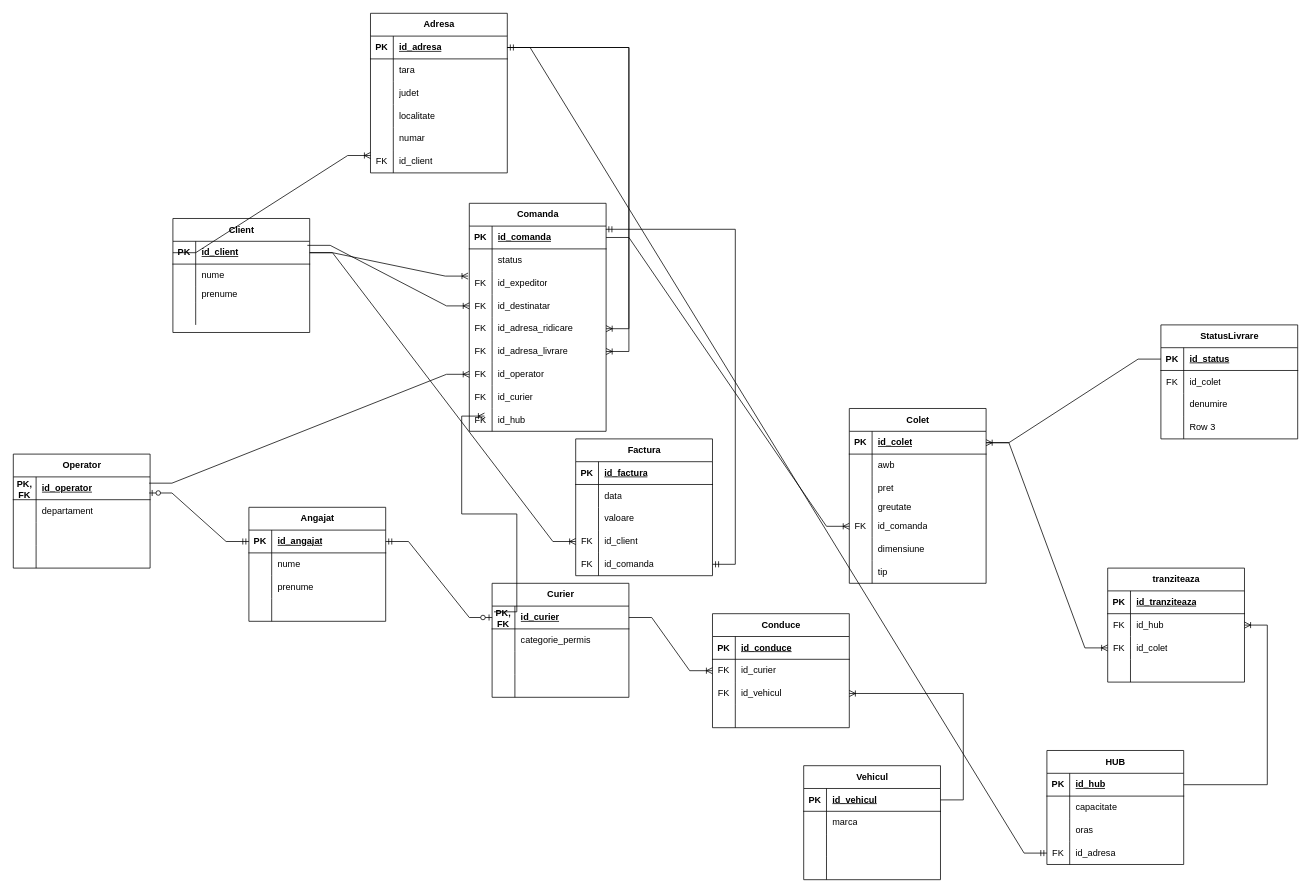
The draw.io diagram Schema_tabele.drawio in Bobelnicu-Alin-Marian/Firma-de-curierat-Aplicatie-web-, before the edit. Source tidied: cells renumbered, new cells numbered last; positions are measured from the earlier drawing's top-left corner, leaving out a move shared by most shapes. Both pictures are drawn from the tidied source at 76%, with x=0, y=0 at pixel (13, 13).
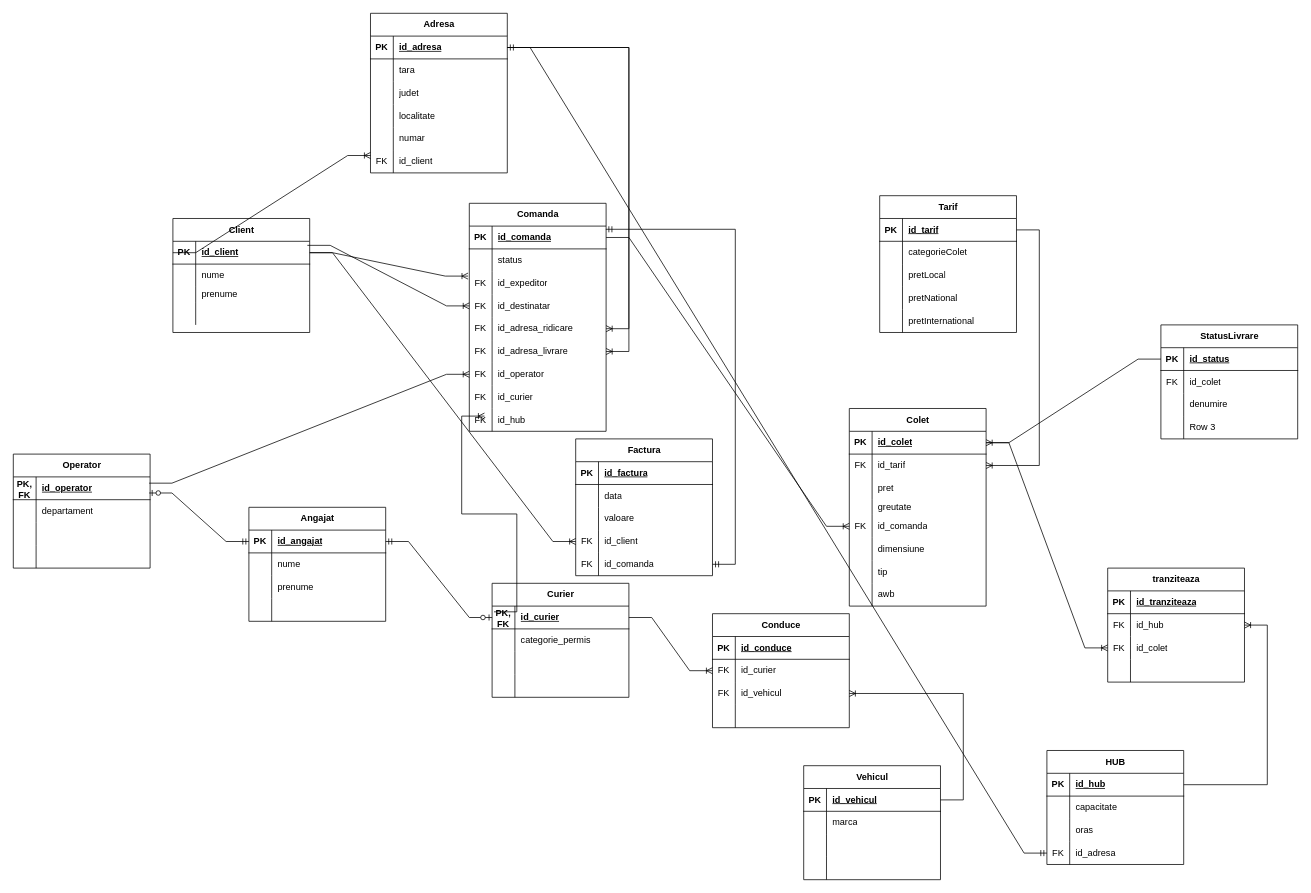
Above is the later version.

The change refers to these unchanged cells:
```xml
<mxCell id="165" style="shape=tableRow;horizontal=0;startSize=0;swimlaneHead=0;swimlaneBody=0;fillColor=none;points=[[0,0.5],[1,0.5]];portConstraint=eastwest;top=0;left=0;right=0;bottom=0;" parent="161" vertex="1">
  <mxGeometry y="60" width="180" height="30" as="geometry" />
</mxCell>
```

Change to the diagram source:
```diff
@@
     <mxCell id="161" value="Colet" style="shape=table;startSize=30;childLayout=tableLayout;rowLines=0;fontStyle=1;align=center;html=1;" parent="1" vertex="1">
-      <mxGeometry x="1100" y="520" width="180" height="230" as="geometry" />
+      <mxGeometry x="1100" y="520" width="180" height="260" as="geometry" />
     </mxCell>
@@
-    <mxCell id="166" style="shape=partialRectangle;fillColor=none;top=0;left=0;bottom=0;right=0;overflow=hidden;whiteSpace=wrap;html=1;" parent="165" vertex="1">
+    <mxCell id="166" value="FK" style="shape=partialRectangle;fillColor=none;top=0;left=0;bottom=0;right=0;overflow=hidden;whiteSpace=wrap;html=1;" parent="165" vertex="1">
       <mxGeometry width="30" height="30" as="geometry" />
     </mxCell>
-    <mxCell id="167" value="awb" style="shape=partialRectangle;fillColor=none;top=0;left=0;bottom=0;right=0;align=left;spacingLeft=6;overflow=hidden;whiteSpace=wrap;html=1;" parent="165" vertex="1">
+    <mxCell id="167" value="id_tarif" style="shape=partialRectangle;fillColor=none;top=0;left=0;bottom=0;right=0;align=left;spacingLeft=6;overflow=hidden;whiteSpace=wrap;html=1;" parent="165" vertex="1">
       <mxGeometry x="30" width="150" height="30" as="geometry" />
     </mxCell>
@@
+    <mxCell id="222" style="shape=tableRow;horizontal=0;startSize=0;swimlaneHead=0;swimlaneBody=0;fillColor=none;top=0;left=0;right=0;bottom=0;" parent="161" vertex="1">
+      <mxGeometry y="230" width="180" height="30" as="geometry" />
+    </mxCell>
+    <mxCell id="223" style="shape=partialRectangle;fillColor=none;top=0;left=0;bottom=0;right=0;overflow=hidden;whiteSpace=wrap;html=1;" parent="222" vertex="1">
+      <mxGeometry width="30" height="30" as="geometry" />
+    </mxCell>
+    <mxCell id="224" value="awb" style="shape=partialRectangle;fillColor=none;top=0;left=0;bottom=0;right=0;align=left;spacingLeft=6;overflow=hidden;whiteSpace=wrap;html=1;" parent="222" vertex="1">
+      <mxGeometry x="30" width="150" height="30" as="geometry" />
+    </mxCell>
@@
+    <mxCell id="225" value="Tarif" style="shape=table;startSize=30;childLayout=tableLayout;rowLines=0;fontStyle=1;align=center;html=1;" parent="1" vertex="1">
+      <mxGeometry x="1140" y="240" width="180" height="180" as="geometry" />
+    </mxCell>
+    <mxCell id="226" style="shape=tableRow;horizontal=0;startSize=0;swimlaneHead=0;swimlaneBody=0;fillColor=none;points=[[0,0.5],[1,0.5]];portConstraint=eastwest;top=0;left=0;right=0;bottom=1;" parent="225" vertex="1">
+      <mxGeometry y="30" width="180" height="30" as="geometry" />
+    </mxCell>
+    <mxCell id="227" value="PK" style="shape=partialRectangle;fillColor=none;top=0;left=0;bottom=0;right=0;fontStyle=1;overflow=hidden;whiteSpace=wrap;html=1;" parent="226" vertex="1">
+      <mxGeometry width="30" height="30" as="geometry" />
+    </mxCell>
+    <mxCell id="228" value="id_tarif" style="shape=partialRectangle;fillColor=none;top=0;left=0;bottom=0;right=0;align=left;spacingLeft=6;fontStyle=5;overflow=hidden;whiteSpace=wrap;html=1;" parent="226" vertex="1">
+      <mxGeometry x="30" width="150" height="30" as="geometry" />
+    </mxCell>
+    <mxCell id="229" style="shape=tableRow;horizontal=0;startSize=0;swimlaneHead=0;swimlaneBody=0;fillColor=none;top=0;left=0;right=0;bottom=0;" parent="225" vertex="1">
+      <mxGeometry y="60" width="180" height="30" as="geometry" />
+    </mxCell>
+    <mxCell id="230" style="shape=partialRectangle;fillColor=none;top=0;left=0;bottom=0;right=0;overflow=hidden;whiteSpace=wrap;html=1;" parent="229" vertex="1">
+      <mxGeometry width="30" height="30" as="geometry" />
+    </mxCell>
+    <mxCell id="231" value="categorieColet" style="shape=partialRectangle;fillColor=none;top=0;left=0;bottom=0;right=0;align=left;spacingLeft=6;overflow=hidden;whiteSpace=wrap;html=1;" parent="229" vertex="1">
+      <mxGeometry x="30" width="150" height="30" as="geometry" />
+    </mxCell>
+    <mxCell id="232" style="shape=tableRow;horizontal=0;startSize=0;swimlaneHead=0;swimlaneBody=0;fillColor=none;top=0;left=0;right=0;bottom=0;" parent="225" vertex="1">
+      <mxGeometry y="90" width="180" height="30" as="geometry" />
+    </mxCell>
+    <mxCell id="233" style="shape=partialRectangle;fillColor=none;top=0;left=0;bottom=0;right=0;overflow=hidden;whiteSpace=wrap;html=1;" parent="232" vertex="1">
+      <mxGeometry width="30" height="30" as="geometry" />
+    </mxCell>
+    <mxCell id="234" value="pretLocal" style="shape=partialRectangle;fillColor=none;top=0;left=0;bottom=0;right=0;align=left;spacingLeft=6;overflow=hidden;whiteSpace=wrap;html=1;" parent="232" vertex="1">
+      <mxGeometry x="30" width="150" height="30" as="geometry" />
+    </mxCell>
+    <mxCell id="235" style="shape=tableRow;horizontal=0;startSize=0;swimlaneHead=0;swimlaneBody=0;fillColor=none;top=0;left=0;right=0;bottom=0;" parent="225" vertex="1">
+      <mxGeometry y="120" width="180" height="30" as="geometry" />
+    </mxCell>
+    <mxCell id="236" style="shape=partialRectangle;fillColor=none;top=0;left=0;bottom=0;right=0;overflow=hidden;whiteSpace=wrap;html=1;" parent="235" vertex="1">
+      <mxGeometry width="30" height="30" as="geometry" />
+    </mxCell>
+    <mxCell id="237" value="pretNational" style="shape=partialRectangle;fillColor=none;top=0;left=0;bottom=0;right=0;align=left;spacingLeft=6;overflow=hidden;whiteSpace=wrap;html=1;" parent="235" vertex="1">
+      <mxGeometry x="30" width="150" height="30" as="geometry" />
+    </mxCell>
+    <mxCell id="238" style="shape=tableRow;horizontal=0;startSize=0;swimlaneHead=0;swimlaneBody=0;fillColor=none;top=0;left=0;right=0;bottom=0;" parent="225" vertex="1">
+      <mxGeometry y="150" width="180" height="30" as="geometry" />
+    </mxCell>
+    <mxCell id="239" style="shape=partialRectangle;fillColor=none;top=0;left=0;bottom=0;right=0;overflow=hidden;whiteSpace=wrap;html=1;" parent="238" vertex="1">
+      <mxGeometry width="30" height="30" as="geometry" />
+    </mxCell>
+    <mxCell id="240" value="pretInternational" style="shape=partialRectangle;fillColor=none;top=0;left=0;bottom=0;right=0;align=left;spacingLeft=6;overflow=hidden;whiteSpace=wrap;html=1;" parent="238" vertex="1">
+      <mxGeometry x="30" width="150" height="30" as="geometry" />
+    </mxCell>
+    <mxCell id="241" style="edgeStyle=entityRelationEdgeStyle;fontSize=12;html=1;endArrow=ERoneToMany;rounded=0;" parent="1" edge="1" source="226" target="165">
+      <mxGeometry relative="1" as="geometry" />
+    </mxCell>
```
